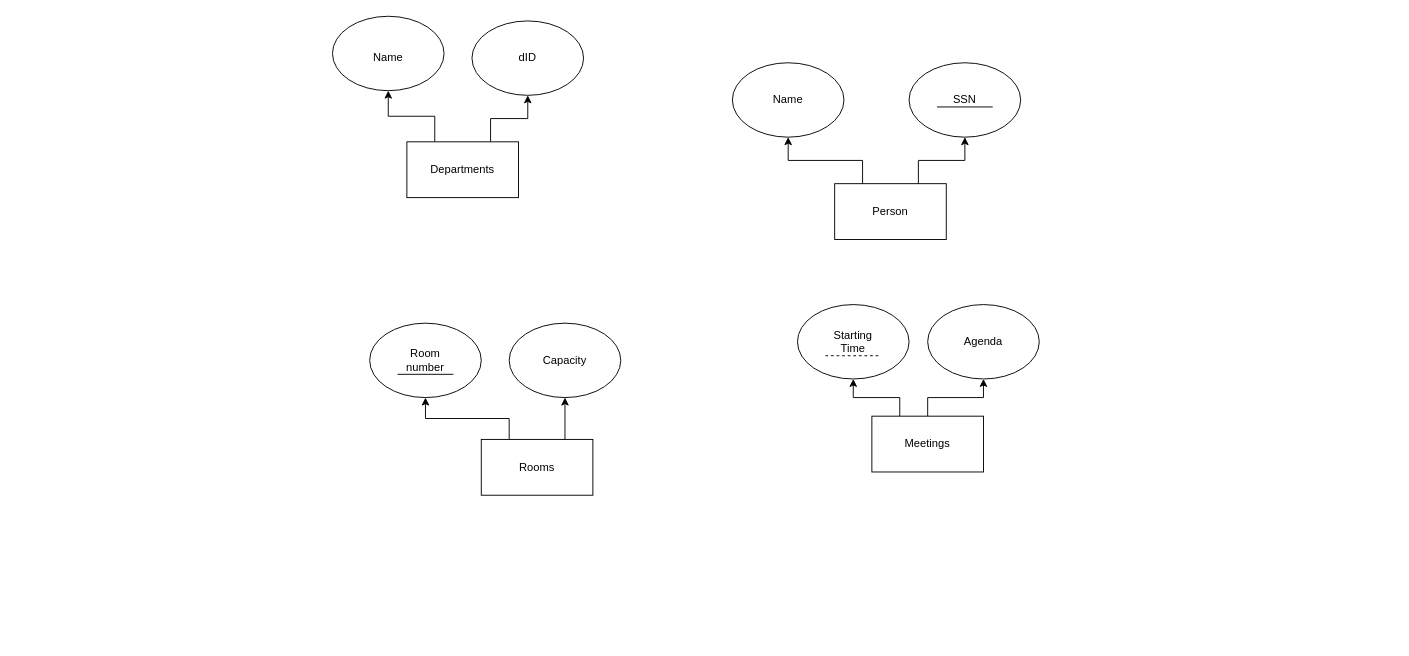
Before: ER Models/Diagram2.drawio in sepaloscodigos/vigilant-parakeet, a draw.io diagram. Source tidied: cells renumbered, new cells numbered last; positions are measured from the earlier drawing's top-left corner, leaving out a move shared by most shapes. Both pictures are drawn from the tidied source at 93%, with x=0, y=0 at pixel (332, 16).
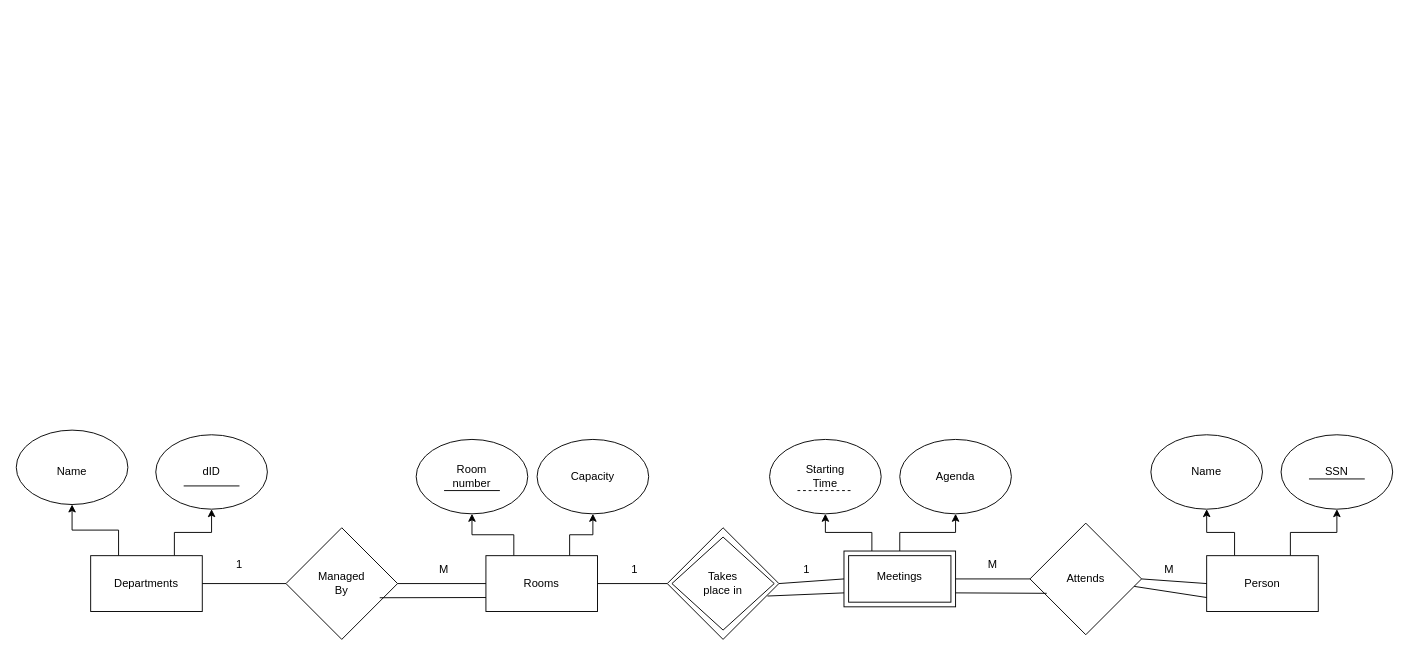
The same page after the edit.

Change to the diagram source:
```diff
@@
     <mxCell id="4" style="rounded=0;whiteSpace=wrap;html=1;" parent="1" vertex="1">
-      <mxGeometry x="540" y="180" width="120" height="60" as="geometry" />
+      <mxGeometry x="940" y="580" width="120" height="60" as="geometry" />
     </mxCell>
     <mxCell id="5" value="Person" style="text;html=1;whiteSpace=wrap;strokeColor=none;fillColor=none;align=center;verticalAlign=middle;rounded=0;" parent="1" vertex="1">
-      <mxGeometry x="570" y="195" width="60" height="30" as="geometry" />
+      <mxGeometry x="970" y="595" width="60" height="30" as="geometry" />
     </mxCell>
     <mxCell id="6" style="ellipse;whiteSpace=wrap;html=1;" parent="1" vertex="1">
-      <mxGeometry x="430" y="50" width="120" height="80" as="geometry" />
+      <mxGeometry x="880" y="450" width="120" height="80" as="geometry" />
     </mxCell>
     <mxCell id="7" value="Name" style="text;html=1;whiteSpace=wrap;strokeColor=none;fillColor=none;align=center;verticalAlign=middle;rounded=0;" parent="1" vertex="1">
-      <mxGeometry x="460" y="75" width="60" height="30" as="geometry" />
+      <mxGeometry x="910" y="475" width="60" height="30" as="geometry" />
     </mxCell>
     <mxCell id="8" style="ellipse;whiteSpace=wrap;html=1;" parent="1" vertex="1">
-      <mxGeometry x="620" y="50" width="120" height="80" as="geometry" />
+      <mxGeometry x="1020" y="450" width="120" height="80" as="geometry" />
     </mxCell>
     <mxCell id="9" value="SSN" style="text;html=1;whiteSpace=wrap;strokeColor=none;fillColor=none;align=center;verticalAlign=middle;rounded=0;" parent="1" vertex="1">
-      <mxGeometry x="650" y="75" width="60" height="30" as="geometry" />
+      <mxGeometry x="1050" y="475" width="60" height="30" as="geometry" />
     </mxCell>
@@
     <mxCell id="12" style="rounded=0;whiteSpace=wrap;html=1;" parent="1" vertex="1">
-      <mxGeometry x="160" y="455" width="120" height="60" as="geometry" />
+      <mxGeometry x="165" y="580" width="120" height="60" as="geometry" />
     </mxCell>
     <mxCell id="13" value="Rooms" style="text;html=1;whiteSpace=wrap;strokeColor=none;fillColor=none;align=center;verticalAlign=middle;rounded=0;" parent="1" vertex="1">
-      <mxGeometry x="190" y="470" width="60" height="30" as="geometry" />
+      <mxGeometry x="195" y="595" width="60" height="30" as="geometry" />
     </mxCell>
     <mxCell id="14" style="ellipse;whiteSpace=wrap;html=1;" parent="1" vertex="1">
-      <mxGeometry x="40" y="330" width="120" height="80" as="geometry" />
+      <mxGeometry x="90" y="455" width="120" height="80" as="geometry" />
     </mxCell>
     <mxCell id="15" value="Room number" style="text;html=1;whiteSpace=wrap;strokeColor=none;fillColor=none;align=center;verticalAlign=middle;rounded=0;" parent="1" vertex="1">
-      <mxGeometry x="70" y="355" width="60" height="30" as="geometry" />
+      <mxGeometry x="120" y="480" width="60" height="30" as="geometry" />
     </mxCell>
     <mxCell id="16" style="ellipse;whiteSpace=wrap;html=1;" parent="1" vertex="1">
-      <mxGeometry x="190" y="330" width="120" height="80" as="geometry" />
+      <mxGeometry x="220" y="455" width="120" height="80" as="geometry" />
     </mxCell>
     <mxCell id="17" value="&lt;div&gt;Capacity&lt;/div&gt;" style="text;html=1;whiteSpace=wrap;strokeColor=none;fillColor=none;align=center;verticalAlign=middle;rounded=0;" parent="1" vertex="1">
-      <mxGeometry x="220" y="355" width="60" height="30" as="geometry" />
+      <mxGeometry x="250" y="480" width="60" height="30" as="geometry" />
     </mxCell>
@@
     <mxCell id="22" style="rounded=0;whiteSpace=wrap;html=1;" parent="1" vertex="1">
-      <mxGeometry x="580" y="430" width="120" height="60" as="geometry" />
+      <mxGeometry x="550" y="575" width="120" height="60" as="geometry" />
     </mxCell>
-    <mxCell id="23" value="Meetings" style="text;html=1;whiteSpace=wrap;strokeColor=none;fillColor=none;align=center;verticalAlign=middle;rounded=0;" parent="1" vertex="1">
-      <mxGeometry x="610" y="445" width="60" height="30" as="geometry" />
-    </mxCell>
     <mxCell id="24" style="ellipse;whiteSpace=wrap;html=1;" parent="1" vertex="1">
-      <mxGeometry x="500" y="310" width="120" height="80" as="geometry" />
+      <mxGeometry x="470" y="455" width="120" height="80" as="geometry" />
     </mxCell>
     <mxCell id="25" value="Starting Time" style="text;html=1;whiteSpace=wrap;strokeColor=none;fillColor=none;align=center;verticalAlign=middle;rounded=0;" parent="1" vertex="1">
-      <mxGeometry x="530" y="335" width="60" height="30" as="geometry" />
+      <mxGeometry x="500" y="480" width="60" height="30" as="geometry" />
     </mxCell>
     <mxCell id="26" style="ellipse;whiteSpace=wrap;html=1;" parent="1" vertex="1">
-      <mxGeometry x="640" y="310" width="120" height="80" as="geometry" />
+      <mxGeometry x="610" y="455" width="120" height="80" as="geometry" />
     </mxCell>
     <mxCell id="27" value="Agenda" style="text;html=1;whiteSpace=wrap;strokeColor=none;fillColor=none;align=center;verticalAlign=middle;rounded=0;" parent="1" vertex="1">
-      <mxGeometry x="670" y="335" width="60" height="30" as="geometry" />
+      <mxGeometry x="640" y="480" width="60" height="30" as="geometry" />
     </mxCell>
@@
     <mxCell id="31" style="rounded=0;whiteSpace=wrap;html=1;" parent="1" vertex="1">
-      <mxGeometry x="80" y="135" width="120" height="60" as="geometry" />
+      <mxGeometry x="-260" y="580" width="120" height="60" as="geometry" />
     </mxCell>
     <mxCell id="32" value="Departments" style="text;html=1;whiteSpace=wrap;strokeColor=none;fillColor=none;align=center;verticalAlign=middle;rounded=0;" parent="1" vertex="1">
-      <mxGeometry x="110" y="150" width="60" height="30" as="geometry" />
+      <mxGeometry x="-230" y="595" width="60" height="30" as="geometry" />
     </mxCell>
     <mxCell id="33" style="ellipse;whiteSpace=wrap;html=1;" parent="1" vertex="1">
-      <mxGeometry width="120" height="80" as="geometry" />
+      <mxGeometry x="-340" y="445" width="120" height="80" as="geometry" />
     </mxCell>
     <mxCell id="34" value="Name" style="text;html=1;whiteSpace=wrap;strokeColor=none;fillColor=none;align=center;verticalAlign=middle;rounded=0;" parent="1" vertex="1">
-      <mxGeometry x="30" y="30" width="60" height="30" as="geometry" />
+      <mxGeometry x="-310" y="475" width="60" height="30" as="geometry" />
     </mxCell>
     <mxCell id="35" style="ellipse;whiteSpace=wrap;html=1;" parent="1" vertex="1">
-      <mxGeometry x="150" y="5" width="120" height="80" as="geometry" />
+      <mxGeometry x="-190" y="450" width="120" height="80" as="geometry" />
     </mxCell>
     <mxCell id="36" value="dID" style="text;html=1;whiteSpace=wrap;strokeColor=none;fillColor=none;align=center;verticalAlign=middle;rounded=0;" parent="1" vertex="1">
-      <mxGeometry x="180" y="30" width="60" height="30" as="geometry" />
+      <mxGeometry x="-160" y="475" width="60" height="30" as="geometry" />
     </mxCell>
+    <mxCell id="37" style="endArrow=none;html=1;rounded=0;entryX=1;entryY=1;entryDx=0;entryDy=0;exitX=0;exitY=1;exitDx=0;exitDy=0;" parent="1" edge="1" source="36" target="36">
+      <mxGeometry relative="1" as="geometry" />
+    </mxCell>
+    <mxCell id="38" style="rhombus;whiteSpace=wrap;html=1;" parent="1" vertex="1">
+      <mxGeometry x="-50" y="550" width="120" height="120" as="geometry" />
+    </mxCell>
+    <mxCell id="39" style="rhombus;whiteSpace=wrap;html=1;" parent="1" vertex="1">
+      <mxGeometry x="750" y="545" width="120" height="120" as="geometry" />
+    </mxCell>
+    <mxCell id="40" style="rhombus;whiteSpace=wrap;html=1;" parent="1" vertex="1">
+      <mxGeometry x="360" y="550" width="120" height="120" as="geometry" />
+    </mxCell>
+    <mxCell id="41" style="rhombus;whiteSpace=wrap;html=1;" parent="1" vertex="1">
+      <mxGeometry x="365" y="560" width="110" height="100" as="geometry" />
+    </mxCell>
+    <mxCell id="42" value="Attends" style="text;html=1;whiteSpace=wrap;strokeColor=none;fillColor=none;align=center;verticalAlign=middle;rounded=0;" parent="1" vertex="1">
+      <mxGeometry x="780" y="592.5" width="60" height="25" as="geometry" />
+    </mxCell>
+    <mxCell id="43" style="endArrow=none;html=1;rounded=0;exitX=1;exitY=0.5;exitDx=0;exitDy=0;entryX=0;entryY=0.5;entryDx=0;entryDy=0;" parent="1" edge="1" source="22" target="39">
+      <mxGeometry relative="1" as="geometry" />
+    </mxCell>
+    <mxCell id="44" style="endArrow=none;html=1;rounded=0;entryX=0;entryY=0.5;entryDx=0;entryDy=0;exitX=1;exitY=0.5;exitDx=0;exitDy=0;" parent="1" edge="1" source="39" target="4">
+      <mxGeometry relative="1" as="geometry" />
+    </mxCell>
+    <mxCell id="45" style="endArrow=none;html=1;rounded=0;entryX=0;entryY=0.75;entryDx=0;entryDy=0;" parent="1" edge="1" source="39" target="4">
+      <mxGeometry relative="1" as="geometry" />
+    </mxCell>
+    <mxCell id="46" value="M" style="text;html=1;whiteSpace=wrap;strokeColor=none;fillColor=none;align=center;verticalAlign=middle;rounded=0;" parent="1" vertex="1">
+      <mxGeometry x="680" y="575" width="60" height="30" as="geometry" />
+    </mxCell>
+    <mxCell id="47" value="M" style="text;html=1;whiteSpace=wrap;strokeColor=none;fillColor=none;align=center;verticalAlign=middle;rounded=0;" parent="1" vertex="1">
+      <mxGeometry x="870" y="580" width="60" height="30" as="geometry" />
+    </mxCell>
+    <mxCell id="48" style="endArrow=none;html=1;rounded=0;entryX=0;entryY=0.5;entryDx=0;entryDy=0;exitX=1;exitY=0.5;exitDx=0;exitDy=0;" parent="1" edge="1" source="40" target="22">
+      <mxGeometry relative="1" as="geometry" />
+    </mxCell>
+    <mxCell id="49" style="endArrow=none;html=1;rounded=0;exitX=1;exitY=0.5;exitDx=0;exitDy=0;entryX=0;entryY=0.5;entryDx=0;entryDy=0;" parent="1" edge="1" source="12" target="40">
+      <mxGeometry relative="1" as="geometry" />
+    </mxCell>
+    <mxCell id="50" value="Takes place in" style="text;html=1;whiteSpace=wrap;strokeColor=none;fillColor=none;align=center;verticalAlign=middle;rounded=0;" parent="1" vertex="1">
+      <mxGeometry x="390" y="595" width="60" height="30" as="geometry" />
+    </mxCell>
+    <mxCell id="51" style="rounded=0;whiteSpace=wrap;html=1;" parent="1" vertex="1">
+      <mxGeometry x="555" y="580" width="110" height="50" as="geometry" />
+    </mxCell>
+    <mxCell id="23" value="Meetings" style="text;html=1;whiteSpace=wrap;strokeColor=none;fillColor=none;align=center;verticalAlign=middle;rounded=0;" parent="1" vertex="1">
+      <mxGeometry x="580" y="587.5" width="60" height="30" as="geometry" />
+    </mxCell>
+    <mxCell id="52" style="endArrow=none;html=1;rounded=0;exitX=1;exitY=0.75;exitDx=0;exitDy=0;entryX=0.15;entryY=0.629;entryDx=0;entryDy=0;entryPerimeter=0;" parent="1" edge="1" source="22" target="39">
+      <mxGeometry relative="1" as="geometry" />
+    </mxCell>
+    <mxCell id="53" style="endArrow=none;html=1;rounded=0;entryX=0;entryY=0.75;entryDx=0;entryDy=0;exitX=0.934;exitY=0.634;exitDx=0;exitDy=0;exitPerimeter=0;" parent="1" edge="1" source="41" target="22">
+      <mxGeometry relative="1" as="geometry" />
+    </mxCell>
+    <mxCell id="54" value="1" style="text;html=1;whiteSpace=wrap;strokeColor=none;fillColor=none;align=center;verticalAlign=middle;rounded=0;" parent="1" vertex="1">
+      <mxGeometry x="295" y="580" width="60" height="30" as="geometry" />
+    </mxCell>
+    <mxCell id="55" value="1" style="text;html=1;whiteSpace=wrap;strokeColor=none;fillColor=none;align=center;verticalAlign=middle;rounded=0;" parent="1" vertex="1">
+      <mxGeometry x="480" y="580" width="60" height="30" as="geometry" />
+    </mxCell>
+    <mxCell id="56" value="Managed By" style="text;html=1;whiteSpace=wrap;strokeColor=none;fillColor=none;align=center;verticalAlign=middle;rounded=0;" parent="1" vertex="1">
+      <mxGeometry x="-20" y="595" width="60" height="30" as="geometry" />
+    </mxCell>
+    <mxCell id="57" style="endArrow=none;html=1;rounded=0;entryX=0;entryY=0.5;entryDx=0;entryDy=0;" parent="1" edge="1" target="12">
+      <mxGeometry relative="1" as="geometry">
+        <mxPoint x="70" y="610" as="sourcePoint" />
+      </mxGeometry>
+    </mxCell>
+    <mxCell id="58" style="endArrow=none;html=1;rounded=0;entryX=1;entryY=0.5;entryDx=0;entryDy=0;" parent="1" edge="1" target="31">
+      <mxGeometry relative="1" as="geometry">
+        <mxPoint x="-50" y="610" as="sourcePoint" />
+      </mxGeometry>
+    </mxCell>
+    <mxCell id="59" value="1" style="text;html=1;whiteSpace=wrap;strokeColor=none;fillColor=none;align=center;verticalAlign=middle;rounded=0;" parent="1" vertex="1">
+      <mxGeometry x="-130" y="575" width="60" height="30" as="geometry" />
+    </mxCell>
+    <mxCell id="60" value="M" style="text;html=1;whiteSpace=wrap;strokeColor=none;fillColor=none;align=center;verticalAlign=middle;rounded=0;" parent="1" vertex="1">
+      <mxGeometry x="90" y="580" width="60" height="30" as="geometry" />
+    </mxCell>
+    <mxCell id="61" style="endArrow=none;html=1;rounded=0;entryX=0;entryY=0.75;entryDx=0;entryDy=0;exitX=0.84;exitY=0.627;exitDx=0;exitDy=0;exitPerimeter=0;" parent="1" edge="1" source="38" target="12">
+      <mxGeometry relative="1" as="geometry" />
+    </mxCell>
```
